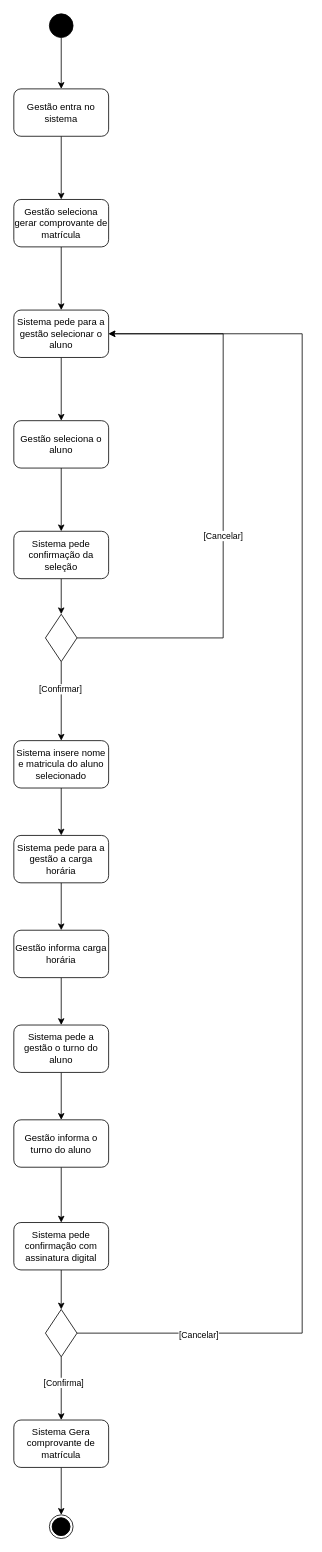
Above: Requisito-15.drawio in LizReis/An-lise-de-Sistemas (draw.io), before the change. Source tidied: cells renumbered, new cells numbered last; positions are measured from the earlier drawing's top-left corner, leaving out a move shared by most shapes. Both pictures are drawn from the tidied source at 79%, with x=0, y=0 at pixel (13, 13).
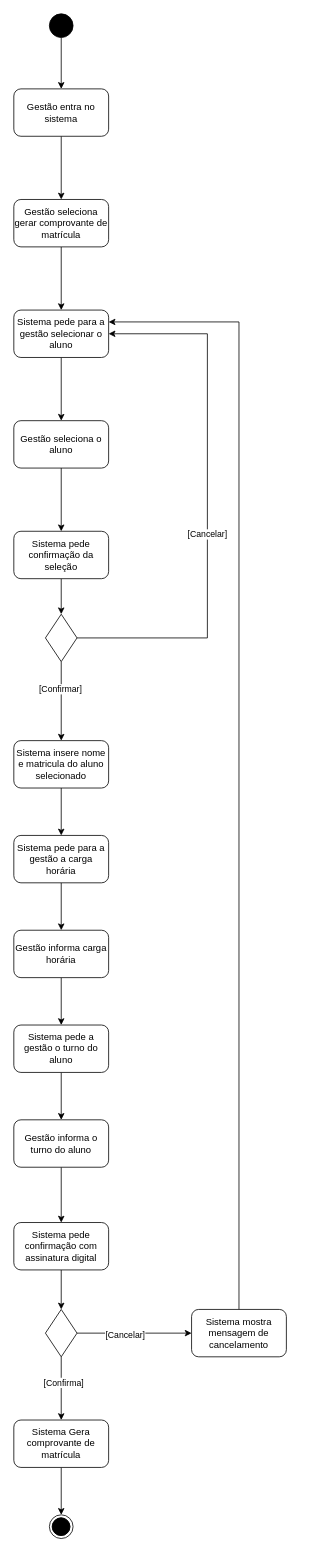
The same diagram, later.

The change refers to these unchanged cells:
```xml
<mxCell id="9" value="Sistema pede para a gestão selecionar o aluno" style="whiteSpace=wrap;html=1;fillColor=#FFFFFF;rounded=1;" parent="1" vertex="1">
  <mxGeometry y="375" width="120" height="60" as="geometry" />
</mxCell>
<mxCell id="18" style="rhombus;whiteSpace=wrap;html=1;" parent="1" vertex="1">
  <mxGeometry x="40" y="760" width="40" height="60" as="geometry" />
</mxCell>
<mxCell id="35" style="rhombus;whiteSpace=wrap;html=1;" parent="1" vertex="1">
  <mxGeometry x="40" y="1640" width="40" height="60" as="geometry" />
</mxCell>
```

The edit, as a diff of the source:
```diff
@@
     <mxCell id="14" style="edgeStyle=orthogonalEdgeStyle;rounded=0;jettySize=auto;html=1;entryX=1;entryY=0.5;entryDx=0;entryDy=0;exitX=1;exitY=0.5;exitDx=0;exitDy=0;" parent="1" edge="1" source="18" target="9">
       <mxGeometry relative="1" as="geometry">
         <Array as="points">
-          <mxPoint x="265" y="790" />
-          <mxPoint x="265" y="405" />
+          <mxPoint x="245" y="790" />
+          <mxPoint x="245" y="405" />
         </Array>
       </mxGeometry>
     </mxCell>
@@
-    <mxCell id="31" style="edgeStyle=orthogonalEdgeStyle;rounded=0;jettySize=auto;html=1;exitX=1;exitY=0.5;exitDx=0;exitDy=0;entryX=1;entryY=0.5;entryDx=0;entryDy=0;" parent="1" edge="1" source="35" target="9">
-      <mxGeometry relative="1" as="geometry">
-        <Array as="points">
-          <mxPoint x="365" y="1670" />
-          <mxPoint x="365" y="405" />
-        </Array>
-      </mxGeometry>
-    </mxCell>
-    <mxCell id="32" value="[Cancelar]" style="edgeLabel;html=1;align=center;verticalAlign=middle;" parent="31" vertex="1">
-      <mxGeometry x="-0.83" y="-2" relative="1" as="geometry" />
-    </mxCell>
@@
+    <mxCell id="41" style="edgeStyle=orthogonalEdgeStyle;rounded=0;jettySize=auto;html=1;" parent="1" edge="1" source="35" target="43">
+      <mxGeometry relative="1" as="geometry" />
+    </mxCell>
+    <mxCell id="32" value="[Cancelar]" style="edgeLabel;html=1;align=center;verticalAlign=middle;" parent="41" vertex="1">
+      <mxGeometry x="-0.17" y="-2" relative="1" as="geometry" />
+    </mxCell>
@@
+    <mxCell id="42" style="edgeStyle=orthogonalEdgeStyle;rounded=0;jettySize=auto;html=1;exitX=0.5;exitY=0;exitDx=0;exitDy=0;entryX=1;entryY=0.25;entryDx=0;entryDy=0;" parent="1" edge="1" source="43" target="9">
+      <mxGeometry relative="1" as="geometry" />
+    </mxCell>
+    <mxCell id="43" value="Sistema mostra mensagem de cancelamento" style="rounded=1;whiteSpace=wrap;html=1;" parent="1" vertex="1">
+      <mxGeometry x="225" y="1640" width="120" height="60" as="geometry" />
+    </mxCell>
```
